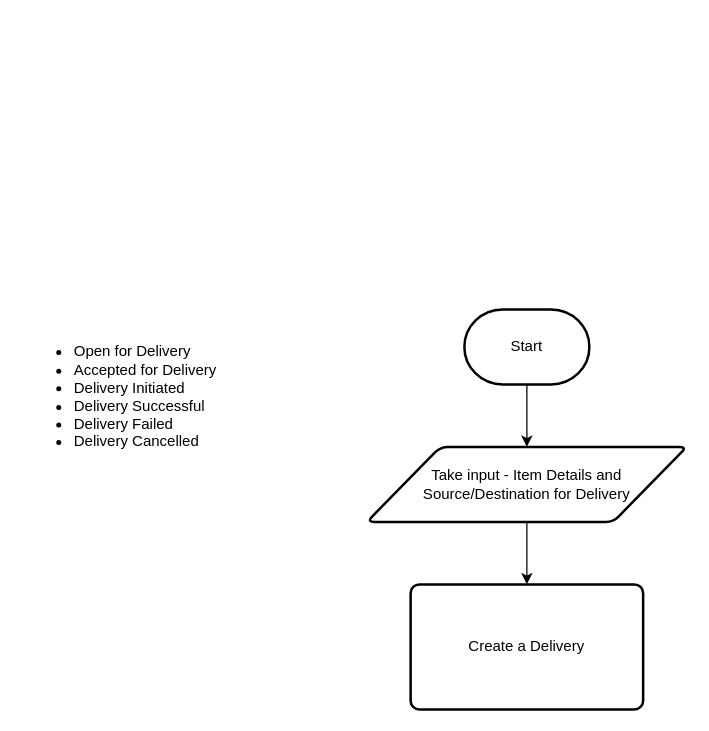
This is Untitled Diagram.drawio from CourierPanda/flow-chart-diagrams, a draw.io file, before an edit. Source tidied: cells renumbered, new cells numbered last; positions are measured from the earlier drawing's top-left corner, leaving out a move shared by most shapes. Both pictures are drawn from the tidied source at 125%, with x=0, y=0 at pixel (21, 309).
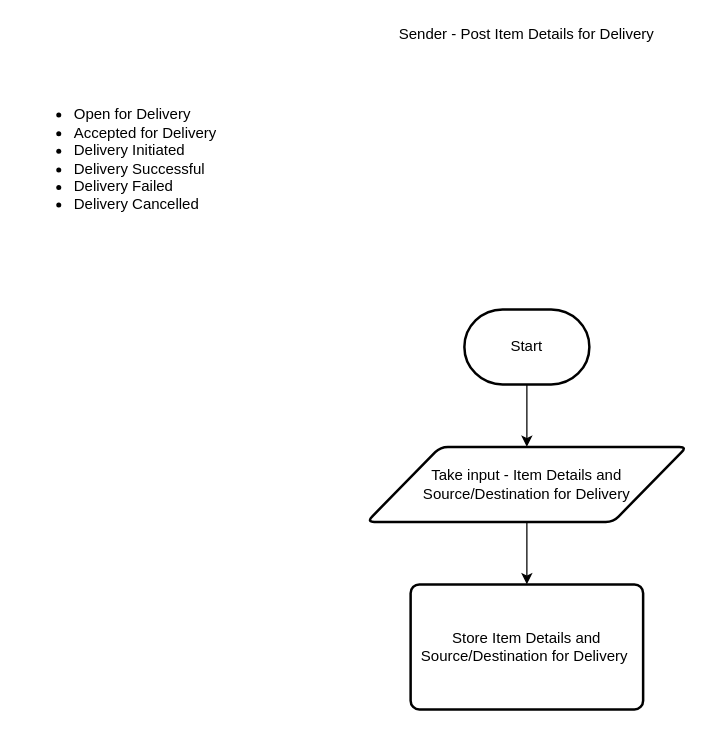
The same diagram, later.

Commit message:
Sender - Post delivery details.drawio

The edit, as a diff of the source:
```diff
@@
 <mxGraphModel>
   <root>
     <mxCell id="0" />
     <mxCell id="1" parent="0" />
     <mxCell id="2" style="edgeStyle=orthogonalEdgeStyle;rounded=0;jettySize=auto;html=1;exitX=0.5;exitY=1;exitDx=0;exitDy=0;exitPerimeter=0;entryX=0.5;entryY=0;entryDx=0;entryDy=0;" parent="1" edge="1" source="3" target="4">
       <mxGeometry relative="1" as="geometry" />
     </mxCell>
     <mxCell id="3" value="Start" style="strokeWidth=2;html=1;shape=mxgraph.flowchart.terminator;whiteSpace=wrap;" parent="1" vertex="1">
       <mxGeometry x="354" width="100" height="60" as="geometry" />
     </mxCell>
     <mxCell id="4" value="Take input - Item Details and&lt;br&gt;Source/Destination for Delivery" style="shape=parallelogram;html=1;strokeWidth=2;perimeter=parallelogramPerimeter;whiteSpace=wrap;rounded=1;arcSize=12;size=0.23;" parent="1" vertex="1">
       <mxGeometry x="276" y="110" width="256" height="60" as="geometry" />
     </mxCell>
-    <mxCell id="5" value="Create a Delivery" style="rounded=1;whiteSpace=wrap;html=1;absoluteArcSize=1;arcSize=14;strokeWidth=2;" parent="1" vertex="1">
+    <mxCell id="5" value="Store Item Details and&lt;br&gt;Source/Destination for Delivery&amp;nbsp;" style="rounded=1;whiteSpace=wrap;html=1;absoluteArcSize=1;arcSize=14;strokeWidth=2;" parent="1" vertex="1">
       <mxGeometry x="311" y="220" width="186" height="100" as="geometry" />
     </mxCell>
     <mxCell id="6" style="endArrow=classic;html=1;exitX=0.5;exitY=1;exitDx=0;exitDy=0;entryX=0.5;entryY=0;entryDx=0;entryDy=0;" parent="1" edge="1" source="4" target="5">
       <mxGeometry relative="1" as="geometry" />
     </mxCell>
     <mxCell id="7" value="&lt;ul&gt;&lt;li&gt;Open for Delivery&lt;/li&gt;&lt;li&gt;Accepted for Delivery&lt;/li&gt;&lt;li&gt;Delivery Initiated&lt;/li&gt;&lt;li&gt;Delivery Successful&lt;/li&gt;&lt;li&gt;Delivery Failed&lt;/li&gt;&lt;li&gt;Delivery Cancelled&lt;/li&gt;&lt;/ul&gt;" style="text;strokeColor=none;fillColor=none;html=1;whiteSpace=wrap;verticalAlign=middle;overflow=hidden;" parent="1" vertex="1">
-      <mxGeometry y="10" width="190" height="120" as="geometry" />
+      <mxGeometry y="-180" width="190" height="120" as="geometry" />
     </mxCell>
+    <mxCell id="8" value="Sender - Post Item Details for Delivery" style="text;html=1;strokeColor=none;fillColor=none;align=center;verticalAlign=middle;whiteSpace=wrap;rounded=0;" parent="1" vertex="1">
+      <mxGeometry x="281" y="-230" width="246" height="20" as="geometry" />
+    </mxCell>
   </root>
 </mxGraphModel>
```
